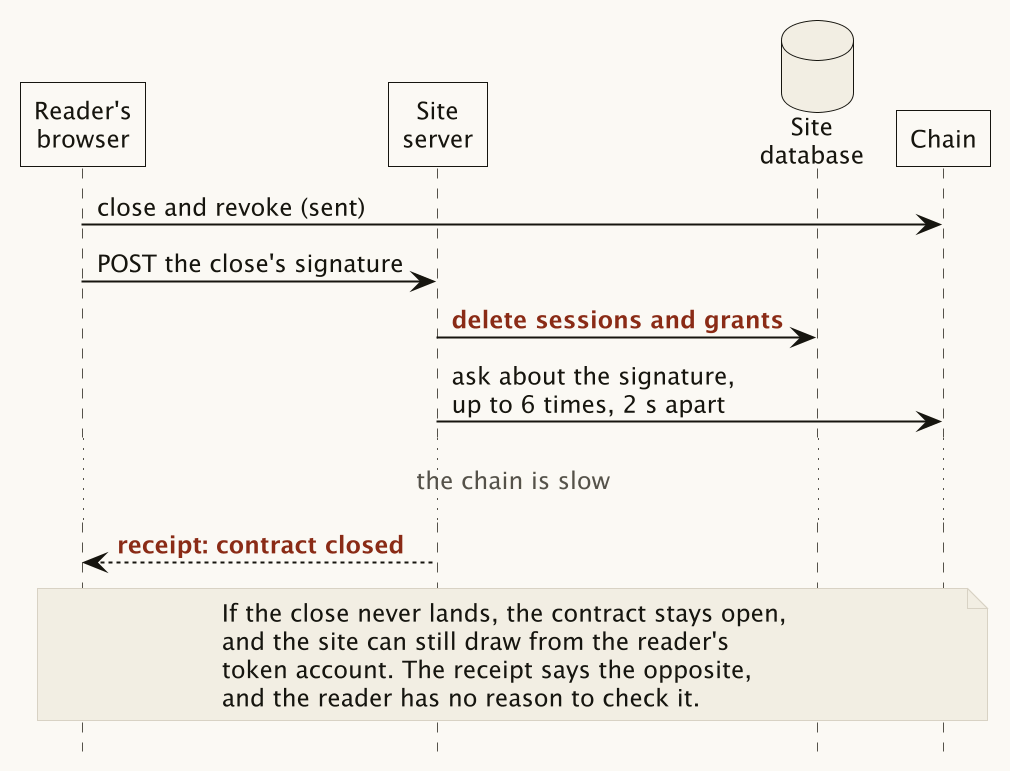
The PlantUML diagram public/assets/img/two-orderings-tidy-close-light.png in wbreeze/sol-pay-demonstrator, before a commit.
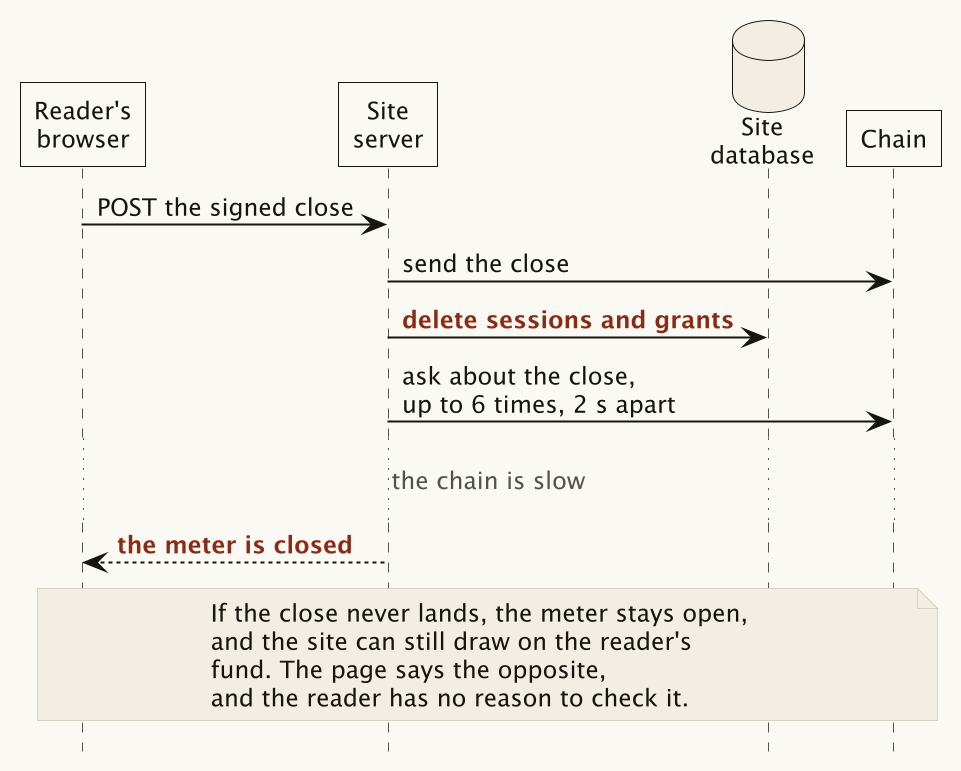
After the commit.

What changed in the source:
```diff
@@ -3,17 +3,17 @@
 !include style.iuml
 $lifelines()
 
-B -> C : close and revoke (sent)
-B -> S : POST the close's signature
+B -> S : POST the signed close
+S -> C : send the close
 S -> D : $wrong("delete sessions and grants")
-S -> C : ask about the signature,\nup to 6 times, 2 s apart
+S -> C : ask about the close,\nup to 6 times, 2 s apart
 ... the chain is slow ...
-S --> B : $wrong("receipt: contract closed")
+S --> B : $wrong("the meter is closed")
 
 note over B, C
-  If the close never lands, the contract stays open,
-  and the site can still draw from the reader's
-  token account. The receipt says the opposite,
+  If the close never lands, the meter stays open,
+  and the site can still draw on the reader's
+  fund. The page says the opposite,
   and the reader has no reason to check it.
 end note
 @enduml
```
